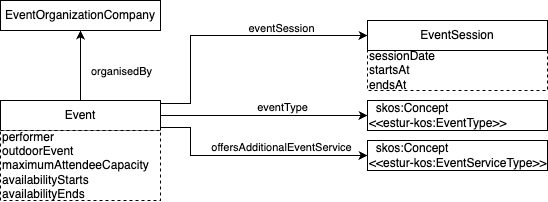
This is diagrams/fig7-Event.png from TURISMO-Ontologia/core-ontology, a draw.io export, as it was before one commit. Source tidied: cells renumbered, new cells last; positions are measured from the earlier drawing's top-left corner, leaving out a move shared by most shapes. Source of this version:
```xml
<mxGraphModel>
  <root>
    <mxCell id="0" />
    <mxCell id="1" parent="0" />
    <mxCell id="2" style="edgeStyle=orthogonalEdgeStyle;rounded=0;jettySize=auto;html=1;exitX=1;exitY=0.5;exitDx=0;exitDy=0;entryX=0;entryY=0.5;entryDx=0;entryDy=0;" parent="1" edge="1" source="8" target="12">
      <mxGeometry relative="1" as="geometry" />
    </mxCell>
    <mxCell id="3" value="eventType" style="edgeLabel;html=1;align=center;verticalAlign=middle;" parent="2" vertex="1">
      <mxGeometry x="0.05" y="3" relative="1" as="geometry">
        <mxPoint x="12" y="-6" as="offset" />
      </mxGeometry>
    </mxCell>
    <mxCell id="4" style="edgeStyle=orthogonalEdgeStyle;rounded=0;jettySize=auto;html=1;exitX=1;exitY=0.9;exitDx=0;exitDy=0;entryX=0;entryY=0.5;entryDx=0;entryDy=0;" parent="1" edge="1" source="8" target="13">
      <mxGeometry relative="1" as="geometry">
        <Array as="points">
          <mxPoint x="190" y="127" />
          <mxPoint x="190" y="155" />
        </Array>
      </mxGeometry>
    </mxCell>
    <mxCell id="5" value="offersAdditionalEventService" style="edgeLabel;html=1;align=center;verticalAlign=middle;" parent="4" vertex="1">
      <mxGeometry x="0.32" y="1" relative="1" as="geometry">
        <mxPoint x="-7" y="-8" as="offset" />
      </mxGeometry>
    </mxCell>
    <mxCell id="6" style="edgeStyle=orthogonalEdgeStyle;rounded=0;jettySize=auto;html=1;exitX=1;exitY=0.1;exitDx=0;exitDy=0;entryX=0;entryY=0.5;entryDx=0;entryDy=0;" parent="1" edge="1" source="8" target="11">
      <mxGeometry relative="1" as="geometry">
        <Array as="points">
          <mxPoint x="190" y="103" />
          <mxPoint x="190" y="35" />
        </Array>
      </mxGeometry>
    </mxCell>
    <mxCell id="7" value="eventSession" style="edgeLabel;html=1;align=center;verticalAlign=middle;" parent="6" vertex="1">
      <mxGeometry x="0.58" y="4" relative="1" as="geometry">
        <mxPoint x="-30" y="-4" as="offset" />
      </mxGeometry>
    </mxCell>
    <mxCell id="8" value="Event" style="rounded=0;whiteSpace=wrap;html=1;snapToPoint=1;points=[[0.1,0],[0.2,0],[0.3,0],[0.4,0],[0.5,0],[0.6,0],[0.7,0],[0.8,0],[0.9,0],[0,0.1],[0,0.3],[0,0.5],[0,0.7],[0,0.9],[0.1,1],[0.2,1],[0.3,1],[0.4,1],[0.5,1],[0.6,1],[0.7,1],[0.8,1],[0.9,1],[1,0.1],[1,0.3],[1,0.5],[1,0.7],[1,0.9]];align=center;" parent="1" vertex="1">
      <mxGeometry y="100" width="160" height="30" as="geometry" />
    </mxCell>
    <mxCell id="9" value="performer&lt;br&gt;outdoorEvent&lt;br&gt;maximumAttendeeCapacity&lt;br&gt;availabilityStarts&lt;br&gt;availabilityEnds" style="rounded=0;whiteSpace=wrap;html=1;dashed=1;align=left;" parent="1" vertex="1">
      <mxGeometry y="130" width="160" height="70" as="geometry" />
    </mxCell>
    <mxCell id="10" value="&lt;div style=&quot;&quot;&gt;&lt;span style=&quot;background-color: initial;&quot;&gt;sessionDate&lt;/span&gt;&lt;/div&gt;&lt;div style=&quot;&quot;&gt;&lt;span style=&quot;background-color: initial;&quot;&gt;startsAt&lt;/span&gt;&lt;/div&gt;&lt;div style=&quot;&quot;&gt;&lt;span style=&quot;background-color: initial;&quot;&gt;endsAt&lt;/span&gt;&lt;/div&gt;" style="rounded=0;whiteSpace=wrap;html=1;dashed=1;align=left;" parent="1" vertex="1">
      <mxGeometry x="367" y="50" width="180" height="40" as="geometry" />
    </mxCell>
    <mxCell id="11" value="EventSession" style="rounded=0;whiteSpace=wrap;html=1;snapToPoint=1;points=[[0.1,0],[0.2,0],[0.3,0],[0.4,0],[0.5,0],[0.6,0],[0.7,0],[0.8,0],[0.9,0],[0,0.1],[0,0.3],[0,0.5],[0,0.7],[0,0.9],[0.1,1],[0.2,1],[0.3,1],[0.4,1],[0.5,1],[0.6,1],[0.7,1],[0.8,1],[0.9,1],[1,0.1],[1,0.3],[1,0.5],[1,0.7],[1,0.9]];" parent="1" vertex="1">
      <mxGeometry x="367" y="20" width="180" height="30" as="geometry" />
    </mxCell>
    <mxCell id="12" value="&lt;div style=&quot;&quot;&gt;&lt;span style=&quot;background-color: initial;&quot;&gt;&amp;nbsp; skos:Concept&lt;/span&gt;&lt;/div&gt;&lt;div style=&quot;&quot;&gt;&lt;span style=&quot;background-color: initial;&quot;&gt;&amp;lt;&amp;lt;estur-kos:EventType&amp;gt;&amp;gt;&lt;/span&gt;&lt;/div&gt;" style="rounded=0;whiteSpace=wrap;html=1;snapToPoint=1;points=[[0.1,0],[0.2,0],[0.3,0],[0.4,0],[0.5,0],[0.6,0],[0.7,0],[0.8,0],[0.9,0],[0,0.1],[0,0.3],[0,0.5],[0,0.7],[0,0.9],[0.1,1],[0.2,1],[0.3,1],[0.4,1],[0.5,1],[0.6,1],[0.7,1],[0.8,1],[0.9,1],[1,0.1],[1,0.3],[1,0.5],[1,0.7],[1,0.9]];align=left;" parent="1" vertex="1">
      <mxGeometry x="367" y="100" width="180" height="30" as="geometry" />
    </mxCell>
    <mxCell id="13" value="&lt;div style=&quot;&quot;&gt;&lt;span style=&quot;background-color: initial;&quot;&gt;&amp;nbsp; skos:Concept&lt;/span&gt;&lt;/div&gt;&lt;div style=&quot;&quot;&gt;&lt;span style=&quot;background-color: initial;&quot;&gt;&amp;lt;&amp;lt;estur-kos:EventServiceType&amp;gt;&amp;gt;&lt;/span&gt;&lt;/div&gt;" style="rounded=0;whiteSpace=wrap;html=1;snapToPoint=1;points=[[0.1,0],[0.2,0],[0.3,0],[0.4,0],[0.5,0],[0.6,0],[0.7,0],[0.8,0],[0.9,0],[0,0.1],[0,0.3],[0,0.5],[0,0.7],[0,0.9],[0.1,1],[0.2,1],[0.3,1],[0.4,1],[0.5,1],[0.6,1],[0.7,1],[0.8,1],[0.9,1],[1,0.1],[1,0.3],[1,0.5],[1,0.7],[1,0.9]];align=left;" parent="1" vertex="1">
      <mxGeometry x="367" y="140" width="180" height="30" as="geometry" />
    </mxCell>
    <mxCell id="14" style="edgeStyle=orthogonalEdgeStyle;rounded=0;jettySize=auto;html=1;exitX=0.5;exitY=0;exitDx=0;exitDy=0;entryX=0.5;entryY=1;entryDx=0;entryDy=0;" parent="1" edge="1" source="8" target="16">
      <mxGeometry relative="1" as="geometry" />
    </mxCell>
    <mxCell id="15" value="organisedBy" style="edgeLabel;html=1;align=center;verticalAlign=middle;" parent="14" vertex="1">
      <mxGeometry x="-0.16" y="2" relative="1" as="geometry">
        <mxPoint x="42" y="-1" as="offset" />
      </mxGeometry>
    </mxCell>
    <mxCell id="16" value="EventOrganizationCompany" style="rounded=0;whiteSpace=wrap;html=1;snapToPoint=1;points=[[0.1,0],[0.2,0],[0.3,0],[0.4,0],[0.5,0],[0.6,0],[0.7,0],[0.8,0],[0.9,0],[0,0.1],[0,0.3],[0,0.5],[0,0.7],[0,0.9],[0.1,1],[0.2,1],[0.3,1],[0.4,1],[0.5,1],[0.6,1],[0.7,1],[0.8,1],[0.9,1],[1,0.1],[1,0.3],[1,0.5],[1,0.7],[1,0.9]];" parent="1" vertex="1">
      <mxGeometry width="160" height="30" as="geometry" />
    </mxCell>
  </root>
</mxGraphModel>
```
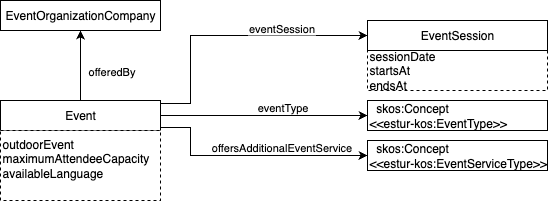
Later version of the same file.

Change to the diagram source:
```diff
@@ -39,7 +39,7 @@
     <mxCell id="8" value="Event" style="rounded=0;whiteSpace=wrap;html=1;snapToPoint=1;points=[[0.1,0],[0.2,0],[0.3,0],[0.4,0],[0.5,0],[0.6,0],[0.7,0],[0.8,0],[0.9,0],[0,0.1],[0,0.3],[0,0.5],[0,0.7],[0,0.9],[0.1,1],[0.2,1],[0.3,1],[0.4,1],[0.5,1],[0.6,1],[0.7,1],[0.8,1],[0.9,1],[1,0.1],[1,0.3],[1,0.5],[1,0.7],[1,0.9]];align=center;" parent="1" vertex="1">
       <mxGeometry y="100" width="160" height="30" as="geometry" />
     </mxCell>
-    <mxCell id="9" value="performer&lt;br&gt;outdoorEvent&lt;br&gt;maximumAttendeeCapacity&lt;br&gt;availabilityStarts&lt;br&gt;availabilityEnds" style="rounded=0;whiteSpace=wrap;html=1;dashed=1;align=left;" parent="1" vertex="1">
+    <mxCell id="9" value="outdoorEvent&lt;br&gt;maximumAttendeeCapacity&lt;br&gt;availableLanguage&lt;div&gt;&lt;br&gt;&lt;/div&gt;" style="rounded=0;whiteSpace=wrap;html=1;dashed=1;align=left;" parent="1" vertex="1">
       <mxGeometry y="130" width="160" height="70" as="geometry" />
     </mxCell>
     <mxCell id="10" value="&lt;div style=&quot;&quot;&gt;&lt;span style=&quot;background-color: initial;&quot;&gt;sessionDate&lt;/span&gt;&lt;/div&gt;&lt;div style=&quot;&quot;&gt;&lt;span style=&quot;background-color: initial;&quot;&gt;startsAt&lt;/span&gt;&lt;/div&gt;&lt;div style=&quot;&quot;&gt;&lt;span style=&quot;background-color: initial;&quot;&gt;endsAt&lt;/span&gt;&lt;/div&gt;" style="rounded=0;whiteSpace=wrap;html=1;dashed=1;align=left;" parent="1" vertex="1">
@@ -57,9 +57,9 @@
     <mxCell id="14" style="edgeStyle=orthogonalEdgeStyle;rounded=0;jettySize=auto;html=1;exitX=0.5;exitY=0;exitDx=0;exitDy=0;entryX=0.5;entryY=1;entryDx=0;entryDy=0;" parent="1" edge="1" source="8" target="16">
       <mxGeometry relative="1" as="geometry" />
     </mxCell>
-    <mxCell id="15" value="organisedBy" style="edgeLabel;html=1;align=center;verticalAlign=middle;" parent="14" vertex="1">
+    <mxCell id="15" value="offeredBy" style="edgeLabel;html=1;align=center;verticalAlign=middle;" parent="14" vertex="1">
       <mxGeometry x="-0.16" y="2" relative="1" as="geometry">
-        <mxPoint x="42" y="-1" as="offset" />
+        <mxPoint x="32" y="-1" as="offset" />
       </mxGeometry>
     </mxCell>
     <mxCell id="16" value="EventOrganizationCompany" style="rounded=0;whiteSpace=wrap;html=1;snapToPoint=1;points=[[0.1,0],[0.2,0],[0.3,0],[0.4,0],[0.5,0],[0.6,0],[0.7,0],[0.8,0],[0.9,0],[0,0.1],[0,0.3],[0,0.5],[0,0.7],[0,0.9],[0.1,1],[0.2,1],[0.3,1],[0.4,1],[0.5,1],[0.6,1],[0.7,1],[0.8,1],[0.9,1],[1,0.1],[1,0.3],[1,0.5],[1,0.7],[1,0.9]];" parent="1" vertex="1">
```
